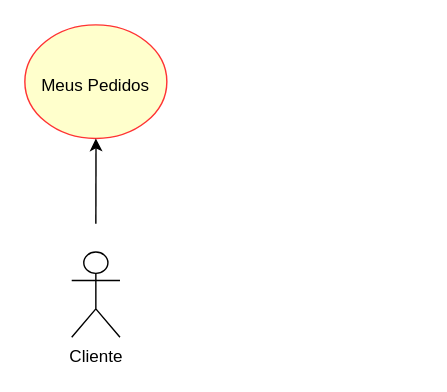
Above: page "Cliente" (4 of 5) of projeto/documentacao/Diagrama de casos de uso.drawio in adjamirgalvao/pucminas (draw.io), before the change. Source tidied: cells renumbered, new cells numbered last; positions are measured from the earlier drawing's top-left corner, leaving out a move shared by most shapes. Both pictures are drawn from the tidied source at 142%, with x=0, y=0 at pixel (24, 24).
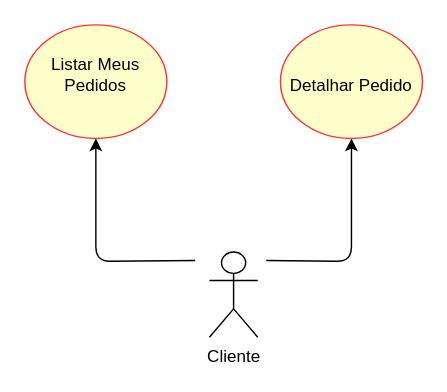
The same page after the edit.

The edit, as a diff of the source:
```diff
@@
 <mxGraphModel>
   <root>
     <mxCell id="0" />
     <mxCell id="1" parent="0" />
+    <mxCell id="5" style="edgeStyle=orthogonalEdgeStyle;rounded=1;jettySize=auto;html=1;" parent="1" edge="1" target="6">
+      <mxGeometry relative="1" as="geometry">
+        <mxPoint x="170" y="166" as="sourcePoint" />
+      </mxGeometry>
+    </mxCell>
-    <mxCell id="2" value="&lt;br&gt;&lt;br&gt;Meus Pedidos" style="ellipse;whiteSpace=wrap;html=1;verticalAlign=top;fillColor=#FFFFCC;strokeColor=#FF3333;" parent="1" vertex="1">
+    <mxCell id="2" value="&lt;br&gt;Listar Meus Pedidos" style="ellipse;whiteSpace=wrap;html=1;verticalAlign=top;fillColor=#FFFFCC;strokeColor=#FF3333;" parent="1" vertex="1">
       <mxGeometry width="100" height="80" as="geometry" />
     </mxCell>
     <mxCell id="3" style="edgeStyle=orthogonalEdgeStyle;rounded=1;jumpStyle=arc;jettySize=auto;html=1;startArrow=none;startFill=0;endArrow=classic;endFill=1;sourcePerimeterSpacing=5;targetPerimeterSpacing=11;entryX=0.5;entryY=1;entryDx=0;entryDy=0;" parent="1" edge="1" target="2">
       <mxGeometry relative="1" as="geometry">
-        <mxPoint x="50" y="140" as="sourcePoint" />
+        <mxPoint x="120" y="166" as="sourcePoint" />
       </mxGeometry>
     </mxCell>
     <mxCell id="4" value="Cliente" style="shape=umlActor;verticalLabelPosition=bottom;verticalAlign=top;html=1;" parent="1" vertex="1">
-      <mxGeometry x="33" y="160" width="34" height="60" as="geometry" />
+      <mxGeometry x="130" y="160" width="34" height="60" as="geometry" />
     </mxCell>
+    <mxCell id="6" value="&lt;br&gt;&lt;br&gt;Detalhar Pedido" style="ellipse;whiteSpace=wrap;html=1;verticalAlign=top;fillColor=#FFFFCC;strokeColor=#FF3333;" parent="1" vertex="1">
+      <mxGeometry x="180" width="100" height="80" as="geometry" />
+    </mxCell>
   </root>
 </mxGraphModel>
```
